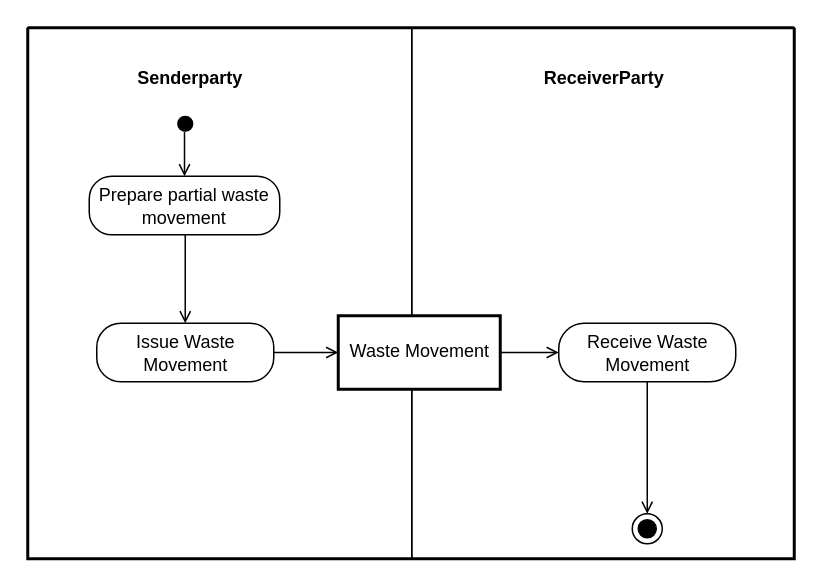
The draw.io diagram diagrams/UBL-2.5-WasteMovementProcess/UBL-2.5-WasteMovementProcess.drawio in kduvekot/ubl-work-on-svg-images, before the edit. Source tidied: cells renumbered, new cells numbered last; positions are measured from the earlier drawing's top-left corner, leaving out a move shared by most shapes. Both pictures are drawn from the tidied source at 150%, with x=0, y=0 at pixel (27, 27).
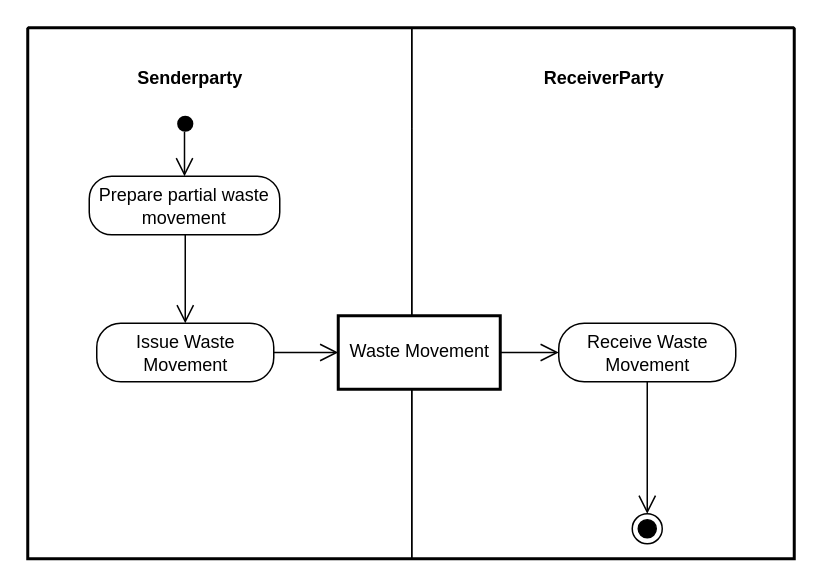
The same diagram, later.

Diff of the diagram source:
```diff
@@
 <mxGraphModel>
   <root>
     <mxCell id="0" />
     <mxCell id="1" parent="0" />
     <mxCell id="2" style="swimlane;html=1;startSize=0;whiteSpace=wrap;fillColor=none;strokeWidth=2;" parent="1" vertex="1">
       <mxGeometry width="511" height="354" as="geometry" />
     </mxCell>
     <mxCell id="3" value="Senderparty" style="swimlane;horizontal=1;startSize=67;swimlaneLine=0;html=1;fillColor=none;fontStyle=1;spacing=0;spacingRight=40;" parent="2" vertex="1">
       <mxGeometry width="256" height="354" as="geometry" />
     </mxCell>
     <mxCell id="4" value="ReceiverParty" style="swimlane;horizontal=1;startSize=67;swimlaneLine=0;html=1;fillColor=none;fontStyle=1;spacing=0;" parent="2" vertex="1">
       <mxGeometry x="256" width="255" height="354" as="geometry" />
     </mxCell>
     <mxCell id="5" style="ellipse;shape=startState;fillColor=#000000;strokeColor=none;html=1;" parent="3" vertex="1">
       <mxGeometry x="96" y="55" width="18" height="18" as="geometry" />
     </mxCell>
     <mxCell id="6" value="Prepare partial waste&lt;br&gt;movement" style="rounded=1;absoluteArcSize=1;arcSize=30;html=1;whiteSpace=nowrap;fontStyle=0;align=center;verticalAlign=middle;spacing=0;spacingRight=1;" parent="3" vertex="1">
       <mxGeometry x="41" y="99" width="127" height="39" as="geometry" />
     </mxCell>
     <mxCell id="7" value="Waste Movement" style="rounded=0;html=1;whiteSpace=nowrap;fontStyle=0;align=center;verticalAlign=middle;spacing=0;spacingRight=1;spacingBottom=1;strokeWidth=2;" parent="4" vertex="1">
       <mxGeometry x="-49" y="192" width="108" height="49" as="geometry" />
     </mxCell>
     <mxCell id="8" value="Issue Waste&lt;br&gt;Movement" style="rounded=1;absoluteArcSize=1;arcSize=32;html=1;whiteSpace=nowrap;fontStyle=0;align=center;verticalAlign=middle;spacing=0;" parent="3" vertex="1">
       <mxGeometry x="46" y="197" width="118" height="39" as="geometry" />
     </mxCell>
     <mxCell id="9" value="Receive Waste&lt;br&gt;Movement" style="rounded=1;absoluteArcSize=1;arcSize=34;html=1;whiteSpace=nowrap;fontStyle=0;align=center;verticalAlign=middle;spacing=0;" parent="4" vertex="1">
       <mxGeometry x="98" y="197" width="118" height="39" as="geometry" />
     </mxCell>
     <mxCell id="10" style="ellipse;shape=endState;fillColor=#000000;html=1;" parent="4" vertex="1">
       <mxGeometry x="147" y="324" width="20" height="20" as="geometry" />
     </mxCell>
-    <mxCell id="11" style="edgeStyle=none;rounded=0;html=1;endArrow=open;endFill=0;endSize=6;exitPerimeter=0;entryX=0.5;entryY=0;entryPerimeter=0;exitX=0.472222;exitY=0.7938;" parent="3" edge="1" source="5" target="6">
+    <mxCell id="11" style="edgeStyle=none;rounded=0;html=1;endArrow=open;endFill=0;endSize=10;exitPerimeter=0;entryX=0.5;entryY=0;entryPerimeter=0;exitX=0.472222;exitY=0.7938;" parent="3" edge="1" source="5" target="6">
       <mxGeometry relative="1" as="geometry" />
     </mxCell>
-    <mxCell id="12" style="edgeStyle=none;rounded=0;html=1;endArrow=open;endFill=0;endSize=6;exitPerimeter=0;entryX=0.5;entryY=0;entryPerimeter=0;exitX=0.503937;exitY=1;" parent="3" edge="1" source="6" target="8">
+    <mxCell id="12" style="edgeStyle=none;rounded=0;html=1;endArrow=open;endFill=0;endSize=10;exitPerimeter=0;entryX=0.5;entryY=0;entryPerimeter=0;exitX=0.503937;exitY=1;" parent="3" edge="1" source="6" target="8">
       <mxGeometry relative="1" as="geometry" />
     </mxCell>
-    <mxCell id="13" style="edgeStyle=none;rounded=0;html=1;endArrow=open;endFill=0;endSize=6;exitX=1;exitY=0.5;exitPerimeter=0;entryX=0;entryY=0.5;entryPerimeter=0;" parent="2" edge="1" source="8" target="7">
+    <mxCell id="13" style="edgeStyle=none;rounded=0;html=1;endArrow=open;endFill=0;endSize=10;exitX=1;exitY=0.5;exitPerimeter=0;entryX=0;entryY=0.5;entryPerimeter=0;" parent="2" edge="1" source="8" target="7">
       <mxGeometry relative="1" as="geometry" />
     </mxCell>
-    <mxCell id="14" style="edgeStyle=none;rounded=0;html=1;endArrow=open;endFill=0;endSize=6;exitX=1;exitY=0.5;exitPerimeter=0;entryX=0;entryY=0.5;entryPerimeter=0;" parent="4" edge="1" source="7" target="9">
+    <mxCell id="14" style="edgeStyle=none;rounded=0;html=1;endArrow=open;endFill=0;endSize=10;exitX=1;exitY=0.5;exitPerimeter=0;entryX=0;entryY=0.5;entryPerimeter=0;" parent="4" edge="1" source="7" target="9">
       <mxGeometry relative="1" as="geometry" />
     </mxCell>
-    <mxCell id="15" style="edgeStyle=none;rounded=0;html=1;endArrow=open;endFill=0;endSize=6;exitX=0.5;exitY=1;exitPerimeter=0;entryPerimeter=0;entryX=0.5;entryY=0;" parent="4" edge="1" source="9" target="10">
+    <mxCell id="15" style="edgeStyle=none;rounded=0;html=1;endArrow=open;endFill=0;endSize=10;exitX=0.5;exitY=1;exitPerimeter=0;entryPerimeter=0;entryX=0.5;entryY=0;" parent="4" edge="1" source="9" target="10">
       <mxGeometry relative="1" as="geometry" />
     </mxCell>
   </root>
 </mxGraphModel>
```
